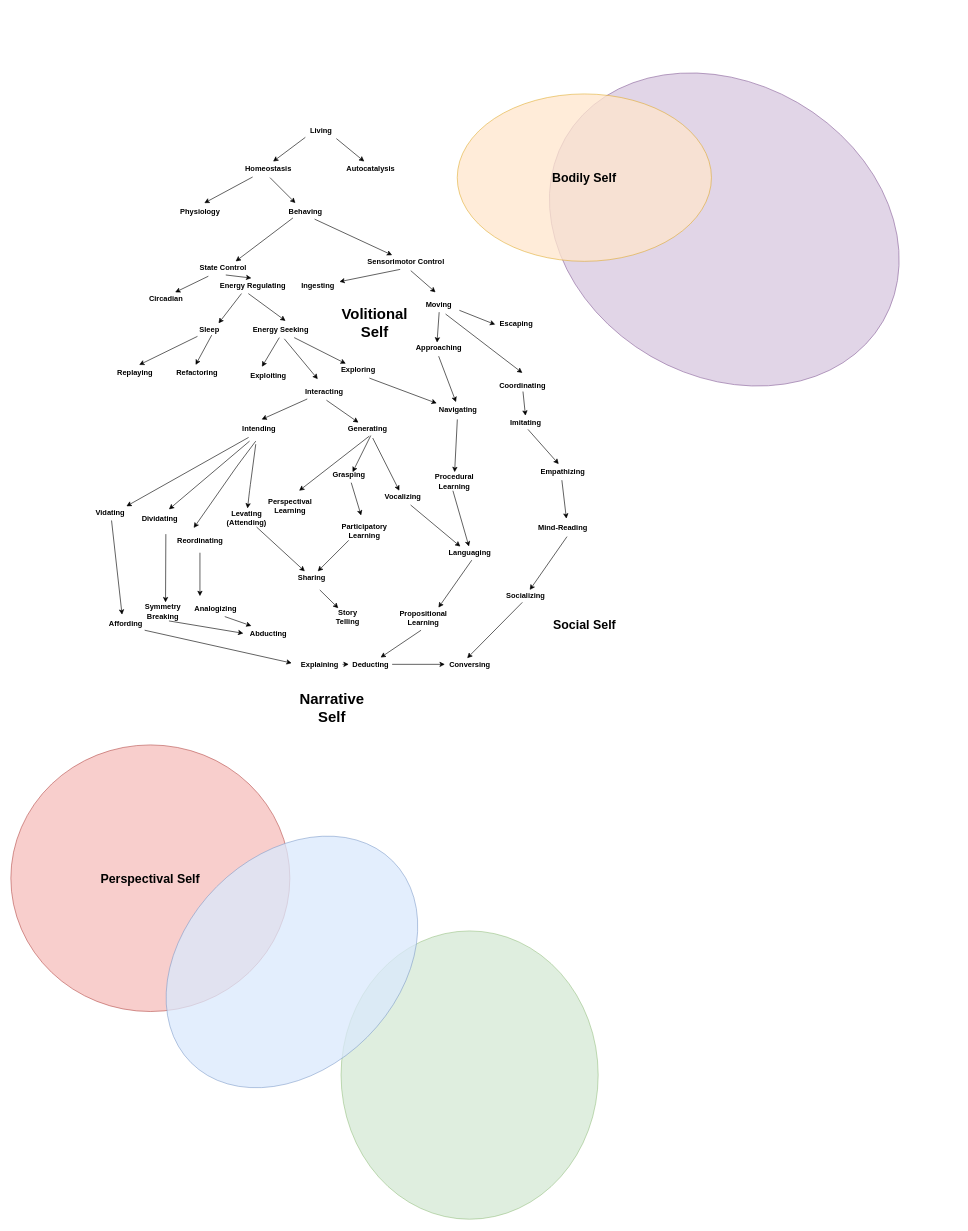
codeaudit/1 keeps this draw.io diagram as brain_evolution.drawio. Above is the earlier version. Source tidied: cells renumbered, new cells numbered last; positions are measured from the earlier drawing's top-left corner, leaving out a move shared by most shapes. Both pictures are drawn from the tidied source at 62%, with x=0, y=0 at pixel (11, 82).
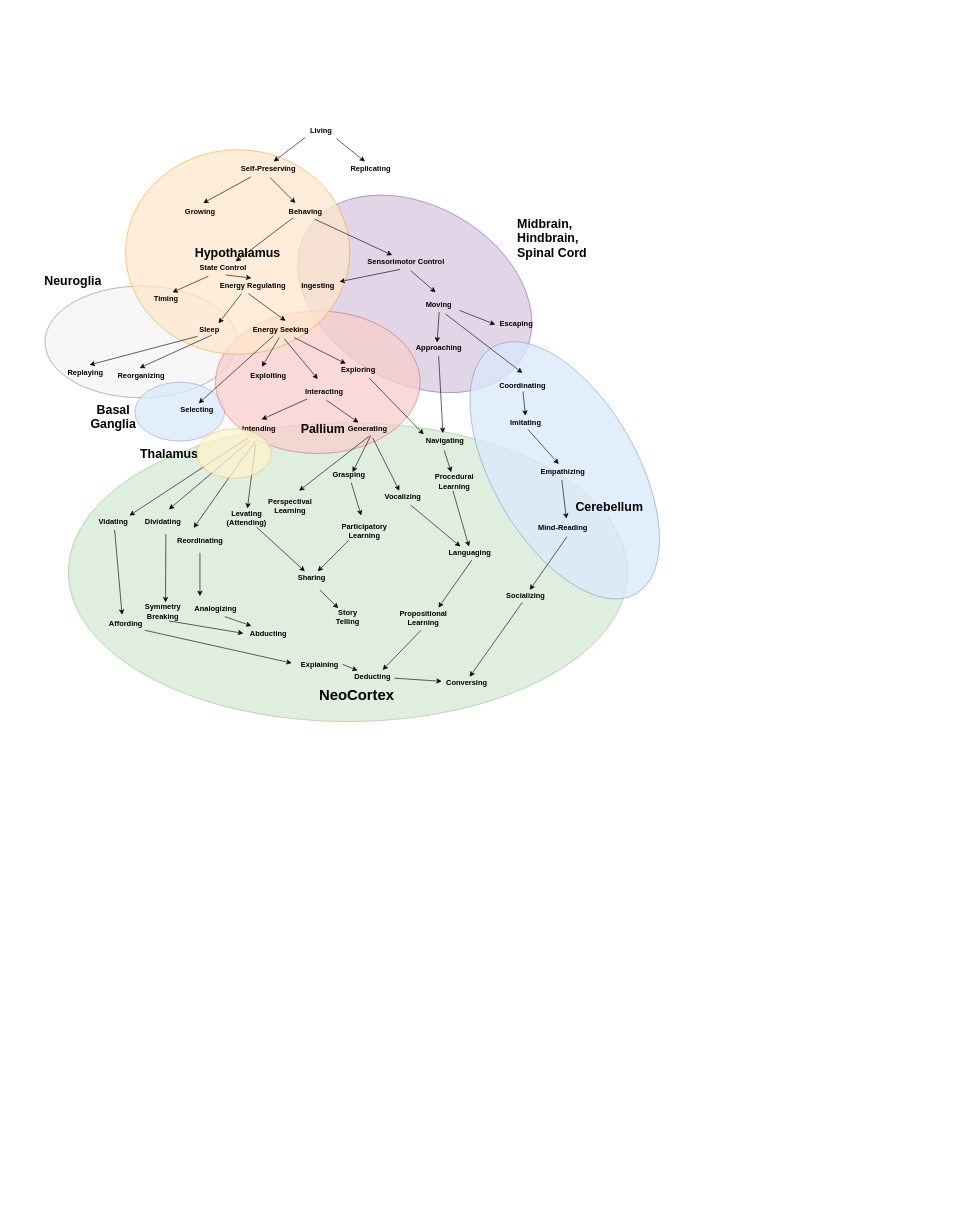
The same page after the edit.

The change refers to these unchanged cells:
```xml
<mxCell id="20" value="Energy Seeking" style="text;html=1;align=center;verticalAlign=middle;points=[];fontStyle=1;" parent="1" vertex="1">
  <mxGeometry x="380" y="388" width="110" height="20" as="geometry" />
</mxCell>
```

The edit, as a diff of the source:
```diff
@@
+    <mxCell id="111" style="ellipse;whiteSpace=wrap;html=1;labelBackgroundColor=#ffffff;opacity=75;fillColor=#f5f5f5;strokeColor=#666666;fontColor=#333333;" parent="1" vertex="1">
+      <mxGeometry x="55" y="328" width="310" height="180" as="geometry" />
+    </mxCell>
+    <mxCell id="112" style="ellipse;whiteSpace=wrap;html=1;labelBackgroundColor=#ffffff;opacity=75;fillColor=#dae8fc;strokeColor=#6c8ebf;" parent="1" vertex="1">
+      <mxGeometry x="200" y="483" width="145" height="95" as="geometry" />
+    </mxCell>
     <mxCell id="2" style="ellipse;whiteSpace=wrap;html=1;rotation=30;fillColor=#e1d5e7;strokeColor=#9673a6;" parent="1" vertex="1">
-      <mxGeometry x="855" y="0.3" width="591.4" height="472.7" as="geometry" />
+      <mxGeometry x="450" y="198" width="403.4" height="285" as="geometry" />
     </mxCell>
     <mxCell id="3" style="ellipse;whiteSpace=wrap;html=1;fillColor=#d5e8d4;strokeColor=#82b366;direction=south;opacity=75;" parent="1" vertex="1">
-      <mxGeometry x="532.6" y="1368" width="414.7" height="465" as="geometry" />
+      <mxGeometry x="92.6" y="548" width="902.4" height="482.5" as="geometry" />
     </mxCell>
-    <mxCell id="4" value="&lt;b style=&quot;font-size: 20px&quot;&gt;Perspectival Self&lt;/b&gt;" style="ellipse;whiteSpace=wrap;html=1;fillColor=#f8cecc;strokeColor=#b85450;" parent="1" vertex="1">
-      <mxGeometry y="1068" width="450" height="430" as="geometry" />
+    <mxCell id="4" value="&lt;b style=&quot;font-size: 20px&quot;&gt;&lt;br&gt;&lt;/b&gt;" style="ellipse;whiteSpace=wrap;html=1;fillColor=#f8cecc;strokeColor=#b85450;opacity=75;" parent="1" vertex="1">
+      <mxGeometry x="330" y="368" width="330" height="230" as="geometry" />
     </mxCell>
-    <mxCell id="5" style="ellipse;whiteSpace=wrap;html=1;rotation=45;fillColor=#dae8fc;strokeColor=#6c8ebf;opacity=75;" parent="1" vertex="1">
-      <mxGeometry x="281.7" y="1188" width="343.3" height="460" as="geometry" />
+    <mxCell id="5" style="ellipse;whiteSpace=wrap;html=1;rotation=-30;fillColor=#dae8fc;strokeColor=#6c8ebf;opacity=75;" parent="1" vertex="1">
+      <mxGeometry x="777" y="395.1" width="232.7" height="460" as="geometry" />
     </mxCell>
-    <mxCell id="6" value="&lt;span style=&quot;font-size: 20px&quot;&gt;&lt;b&gt;Bodily Self&lt;/b&gt;&lt;/span&gt;" style="ellipse;whiteSpace=wrap;html=1;fillColor=#ffe6cc;strokeColor=#d79b00;opacity=75;" parent="1" vertex="1">
-      <mxGeometry x="720" y="18" width="410" height="270" as="geometry" />
+    <mxCell id="6" value="&lt;span style=&quot;font-size: 20px&quot;&gt;&lt;b&gt;Hypothalamus&lt;/b&gt;&lt;/span&gt;" style="ellipse;whiteSpace=wrap;html=1;fillColor=#ffe6cc;strokeColor=#d79b00;opacity=75;" parent="1" vertex="1">
+      <mxGeometry x="185" y="108" width="361.6" height="330" as="geometry" />
     </mxCell>
@@
-    <mxCell id="8" value="Homeostasis" style="text;html=1;align=center;verticalAlign=middle;points=[];fontStyle=1;" parent="1" vertex="1">
-      <mxGeometry x="370" y="128" width="90" height="20" as="geometry" />
+    <mxCell id="8" value="Self-Preserving" style="text;html=1;align=center;verticalAlign=middle;points=[];fontStyle=1;" parent="1" vertex="1">
+      <mxGeometry x="365" y="128" width="100" height="20" as="geometry" />
     </mxCell>
-    <mxCell id="9" value="Autocatalysis" style="text;html=1;align=center;verticalAlign=middle;points=[];fontStyle=1;" parent="1" vertex="1">
-      <mxGeometry x="535" y="128" width="90" height="20" as="geometry" />
+    <mxCell id="9" value="Replicating" style="text;html=1;align=center;verticalAlign=middle;points=[];fontStyle=1;" parent="1" vertex="1">
+      <mxGeometry x="540" y="128" width="80" height="20" as="geometry" />
     </mxCell>
-    <mxCell id="10" value="Physiology" style="text;html=1;align=center;verticalAlign=middle;points=[];fontStyle=1;" parent="1" vertex="1">
-      <mxGeometry x="265" y="198" width="80" height="20" as="geometry" />
+    <mxCell id="10" value="Growing" style="text;html=1;align=center;verticalAlign=middle;points=[];fontStyle=1;" parent="1" vertex="1">
+      <mxGeometry x="275" y="198" width="60" height="20" as="geometry" />
     </mxCell>
@@
-    <mxCell id="17" value="Circadian" style="text;html=1;align=center;verticalAlign=middle;points=[];fontStyle=1;" parent="1" vertex="1">
-      <mxGeometry x="215" y="338" width="70" height="20" as="geometry" />
+    <mxCell id="17" value="Timing" style="text;html=1;align=center;verticalAlign=middle;points=[];fontStyle=1;" parent="1" vertex="1">
+      <mxGeometry x="225" y="338" width="50" height="20" as="geometry" />
     </mxCell>
@@
     <mxCell id="29" value="Vidating" style="text;html=1;align=center;verticalAlign=middle;points=[];fontStyle=1;" parent="1" vertex="1">
-      <mxGeometry x="130" y="683" width="60" height="20" as="geometry" />
+      <mxGeometry x="135" y="698" width="60" height="20" as="geometry" />
     </mxCell>
@@
     <mxCell id="42" value="Navigating" style="text;html=1;align=center;verticalAlign=middle;points=[];fontStyle=1;" parent="1" vertex="1">
-      <mxGeometry x="681.1" y="518" width="80" height="20" as="geometry" />
+      <mxGeometry x="660" y="568" width="80" height="20" as="geometry" />
     </mxCell>
@@
-    <mxCell id="46" value="&lt;font style=&quot;font-size: 20px&quot;&gt;&lt;b&gt;Social Self&lt;br&gt;&lt;/b&gt;&lt;/font&gt;" style="text;html=1;align=center;verticalAlign=middle;" parent="1" vertex="1">
-      <mxGeometry x="865" y="863" width="120" height="20" as="geometry" />
+    <mxCell id="46" value="&lt;font style=&quot;font-size: 20px&quot;&gt;&lt;b&gt;Thalamus&lt;br&gt;&lt;/b&gt;&lt;/font&gt;" style="text;html=1;align=center;verticalAlign=middle;" parent="1" vertex="1">
+      <mxGeometry x="200" y="588" width="110" height="20" as="geometry" />
     </mxCell>
@@
     <mxCell id="78" value="Conversing" style="text;html=1;align=center;verticalAlign=middle;points=[];fontStyle=1;" parent="1" vertex="1">
-      <mxGeometry x="700" y="928" width="80" height="20" as="geometry" />
+      <mxGeometry x="695" y="958" width="80" height="20" as="geometry" />
     </mxCell>
@@
-    <mxCell id="81" style="endArrow=none;html=1;endFill=0;startArrow=classic;startFill=1;" parent="1" edge="1">
+    <mxCell id="81" style="endArrow=none;html=1;endFill=0;startArrow=classic;startFill=1;exitX=0.563;exitY=0;exitDx=0;exitDy=0;exitPerimeter=0;" parent="1" edge="1" source="78">
       <mxGeometry relative="1" as="geometry">
-        <mxPoint x="736" y="928" as="sourcePoint" />
         <mxPoint x="825" y="838" as="targetPoint" />
       </mxGeometry>
     </mxCell>
@@
     <mxCell id="87" value="Dividating" style="text;html=1;align=center;verticalAlign=middle;fontStyle=1;" parent="1" vertex="1">
-      <mxGeometry x="205" y="693" width="70" height="20" as="geometry" />
+      <mxGeometry x="210" y="698" width="70" height="20" as="geometry" />
     </mxCell>
@@
     <mxCell id="100" value="&lt;b&gt;Deducting&lt;br&gt;&lt;/b&gt;" style="text;html=1;align=center;verticalAlign=middle;points=[];" parent="1" vertex="1">
-      <mxGeometry x="545" y="928" width="70" height="20" as="geometry" />
+      <mxGeometry x="548.3" y="948" width="70" height="20" as="geometry" />
     </mxCell>
@@
-    <mxCell id="103" value="&lt;b&gt;&lt;font style=&quot;font-size: 24px&quot;&gt;Narrative Self&lt;/font&gt;&lt;/b&gt;" style="text;html=1;strokeColor=none;fillColor=none;align=center;verticalAlign=middle;whiteSpace=wrap;rounded=0;opacity=75;" parent="1" vertex="1">
-      <mxGeometry x="498.3" y="998" width="40" height="20" as="geometry" />
+    <mxCell id="103" value="&lt;b&gt;&lt;font style=&quot;font-size: 24px&quot;&gt;NeoCortex&lt;/font&gt;&lt;/b&gt;" style="text;html=1;strokeColor=none;fillColor=none;align=center;verticalAlign=middle;whiteSpace=wrap;rounded=0;opacity=75;" parent="1" vertex="1">
+      <mxGeometry x="538.3" y="978" width="40" height="20" as="geometry" />
     </mxCell>
-    <mxCell id="104" value="&lt;b&gt;&lt;font style=&quot;font-size: 24px&quot;&gt;Volitional Self&lt;/font&gt;&lt;/b&gt;" style="text;html=1;strokeColor=none;fillColor=none;align=center;verticalAlign=middle;whiteSpace=wrap;rounded=0;opacity=75;" parent="1" vertex="1">
-      <mxGeometry x="566.6" y="378" width="40" height="20" as="geometry" />
-    </mxCell>
@@
     <mxCell id="107" value="Replaying" style="text;html=1;align=center;verticalAlign=middle;points=[];fontStyle=1;" parent="1" vertex="1">
-      <mxGeometry x="165" y="458" width="70" height="20" as="geometry" />
+      <mxGeometry x="85" y="458" width="70" height="20" as="geometry" />
     </mxCell>
-    <mxCell id="108" value="Refactoring" style="text;html=1;align=center;verticalAlign=middle;points=[];fontStyle=1;" parent="1" vertex="1">
-      <mxGeometry x="260" y="458" width="80" height="20" as="geometry" />
+    <mxCell id="108" value="Reorganizing" style="text;html=1;align=center;verticalAlign=middle;points=[];fontStyle=1;" parent="1" vertex="1">
+      <mxGeometry x="165" y="463" width="90" height="20" as="geometry" />
     </mxCell>
@@
+    <mxCell id="113" value="Selecting" style="text;html=1;align=center;verticalAlign=middle;points=[];fontStyle=1;" parent="1" vertex="1">
+      <mxGeometry x="265" y="518" width="70" height="20" as="geometry" />
+    </mxCell>
+    <mxCell id="114" style="endArrow=classic;html=1;entryX=0.543;entryY=-0.05;entryDx=0;entryDy=0;entryPerimeter=0;" parent="1" edge="1" source="20" target="113">
+      <mxGeometry relative="1" as="geometry" />
+    </mxCell>
+    <mxCell id="115" value="&lt;font style=&quot;font-size: 20px&quot;&gt;&lt;b&gt;Cerebellum&lt;br&gt;&lt;/b&gt;&lt;/font&gt;" style="text;html=1;align=center;verticalAlign=middle;" parent="1" vertex="1">
+      <mxGeometry x="904.7" y="673" width="120" height="20" as="geometry" />
+    </mxCell>
+    <mxCell id="116" style="ellipse;whiteSpace=wrap;html=1;opacity=75;fillColor=#fff2cc;strokeColor=#d6b656;" parent="1" vertex="1">
+      <mxGeometry x="300" y="558" width="120" height="80" as="geometry" />
+    </mxCell>
+    <mxCell id="117" value="&lt;b style=&quot;color: rgb(0, 0, 0); font-family: helvetica; font-size: 20px; font-style: normal; letter-spacing: normal; text-align: center; text-indent: 0px; text-transform: none; word-spacing: 0px;&quot;&gt;Midbrain,&lt;br&gt;Hindbrain,&lt;br&gt;Spinal Cord&lt;/b&gt;" style="text;whiteSpace=wrap;html=1;labelBackgroundColor=#ffffff;" parent="1" vertex="1">
+      <mxGeometry x="815" y="208" width="130" height="30" as="geometry" />
+    </mxCell>
+    <mxCell id="118" value="&lt;font style=&quot;font-size: 20px&quot;&gt;&lt;b&gt;Pallium&lt;br&gt;&lt;/b&gt;&lt;/font&gt;" style="text;html=1;align=center;verticalAlign=middle;" parent="1" vertex="1">
+      <mxGeometry x="458.3" y="548" width="90" height="20" as="geometry" />
+    </mxCell>
+    <mxCell id="119" value="&lt;font style=&quot;font-size: 20px&quot;&gt;&lt;b&gt;Basal&lt;br&gt;Ganglia&lt;br&gt;&lt;/b&gt;&lt;/font&gt;" style="text;html=1;align=center;verticalAlign=middle;" parent="1" vertex="1">
+      <mxGeometry x="120" y="518" width="90" height="40" as="geometry" />
+    </mxCell>
+    <mxCell id="120" value="&lt;font style=&quot;font-size: 20px&quot;&gt;&lt;b&gt;Neuroglia&lt;br&gt;&lt;/b&gt;&lt;/font&gt;" style="text;html=1;align=center;verticalAlign=middle;" parent="1" vertex="1">
+      <mxGeometry x="45" y="308" width="110" height="20" as="geometry" />
+    </mxCell>
```
